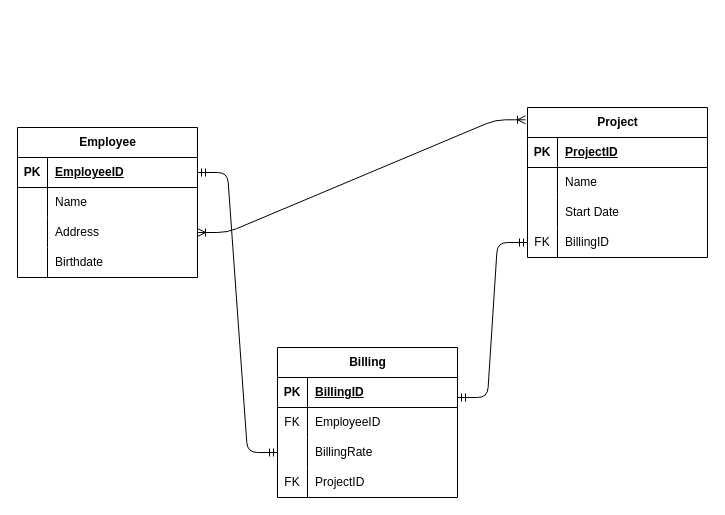
The draw.io diagram Object Oriented Programming/EntityRelationDiagram.drawio in benir-o/Computer-Science-Library, before the edit. Source tidied: cells renumbered, new cells numbered last; positions are measured from the earlier drawing's top-left corner, leaving out a move shared by most shapes. Both pictures are drawn from the tidied source at 100%, with x=0, y=0 at pixel (17, 107).
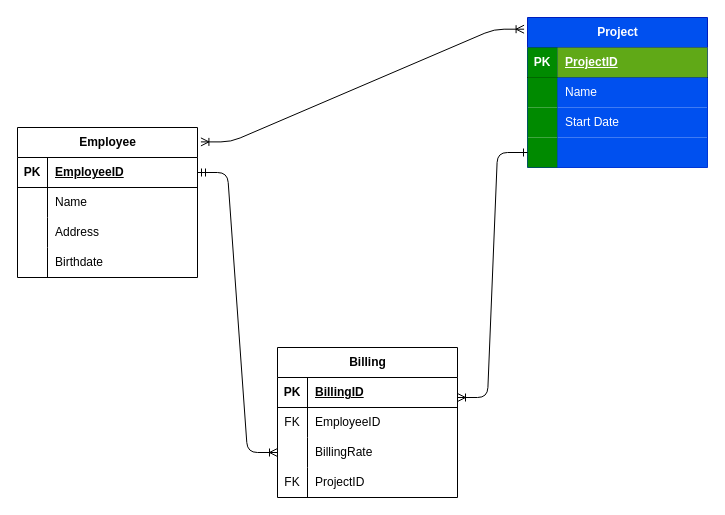
Above is the later version.

Unchanged cells that the change refers to:
```xml
<mxCell id="2" value="Employee" style="shape=table;startSize=30;childLayout=tableLayout;rowLines=0;fontStyle=1;align=center;html=1;" parent="1" vertex="1">
  <mxGeometry y="20" width="180" height="150" as="geometry" />
</mxCell>
<mxCell id="3" style="shape=tableRow;horizontal=0;startSize=0;swimlaneHead=0;swimlaneBody=0;fillColor=none;points=[[0,0.5],[1,0.5]];portConstraint=eastwest;top=0;left=0;right=0;bottom=1;" parent="2" vertex="1">
  <mxGeometry y="30" width="180" height="30" as="geometry" />
</mxCell>
<mxCell id="9" style="shape=tableRow;horizontal=0;startSize=0;swimlaneHead=0;swimlaneBody=0;fillColor=none;points=[[0,0.5],[1,0.5]];portConstraint=eastwest;top=0;left=0;right=0;bottom=0;" parent="2" vertex="1">
  <mxGeometry y="90" width="180" height="30" as="geometry" />
</mxCell>
<mxCell id="16" style="shape=tableRow;horizontal=0;startSize=0;swimlaneHead=0;swimlaneBody=0;fillColor=none;top=0;left=0;right=0;bottom=1;" parent="15" vertex="1">
  <mxGeometry y="30" width="180" height="30" as="geometry" />
</mxCell>
<mxCell id="19" style="shape=tableRow;horizontal=0;startSize=0;swimlaneHead=0;swimlaneBody=0;fillColor=none;top=0;left=0;right=0;bottom=0;" parent="15" vertex="1">
  <mxGeometry y="60" width="180" height="30" as="geometry" />
</mxCell>
<mxCell id="22" style="shape=tableRow;horizontal=0;startSize=0;swimlaneHead=0;swimlaneBody=0;fillColor=none;top=0;left=0;right=0;bottom=0;" parent="15" vertex="1">
  <mxGeometry y="90" width="180" height="30" as="geometry" />
</mxCell>
<mxCell id="25" style="shape=tableRow;horizontal=0;startSize=0;swimlaneHead=0;swimlaneBody=0;fillColor=none;points=[[0,0.5],[1,0.5]];portConstraint=eastwest;top=0;left=0;right=0;bottom=0;" parent="15" vertex="1">
  <mxGeometry y="120" width="180" height="30" as="geometry" />
</mxCell>
<mxCell id="36" style="shape=tableRow;horizontal=0;startSize=0;swimlaneHead=0;swimlaneBody=0;fillColor=none;points=[[0,0.5],[1,0.5]];portConstraint=eastwest;top=0;left=0;right=0;bottom=0;" parent="29" vertex="1">
  <mxGeometry y="90" width="180" height="30" as="geometry" />
</mxCell>
```

The edit, as a diff of the source:
```diff
@@
-    <mxCell id="15" value="Project" style="shape=table;startSize=30;childLayout=tableLayout;rowLines=0;fontStyle=1;align=center;html=1;" parent="1" vertex="1">
-      <mxGeometry x="510" width="180" height="150" as="geometry" />
+    <mxCell id="15" value="Project" style="shape=table;startSize=30;childLayout=tableLayout;rowLines=0;fontStyle=1;align=center;html=1;fillColor=#0050ef;fontColor=#ffffff;strokeColor=#001DBC;" parent="1" vertex="1">
+      <mxGeometry x="510" y="-90" width="180" height="150" as="geometry" />
     </mxCell>
@@
-    <mxCell id="17" value="PK" style="shape=partialRectangle;fillColor=none;top=0;left=0;bottom=0;right=0;fontStyle=1;overflow=hidden;whiteSpace=wrap;html=1;" parent="16" vertex="1">
+    <mxCell id="17" value="PK" style="shape=partialRectangle;fillColor=#008a00;top=0;left=0;bottom=0;right=0;fontStyle=1;overflow=hidden;whiteSpace=wrap;html=1;fontColor=#ffffff;strokeColor=#005700;" parent="16" vertex="1">
       <mxGeometry width="30" height="30" as="geometry" />
     </mxCell>
-    <mxCell id="18" value="ProjectID" style="shape=partialRectangle;fillColor=none;top=0;left=0;bottom=0;right=0;align=left;spacingLeft=6;fontStyle=5;overflow=hidden;whiteSpace=wrap;html=1;" parent="16" vertex="1">
+    <mxCell id="18" value="ProjectID" style="shape=partialRectangle;fillColor=#60a917;top=0;left=0;bottom=0;right=0;align=left;spacingLeft=6;fontStyle=5;overflow=hidden;whiteSpace=wrap;html=1;fontColor=#ffffff;strokeColor=#2D7600;" parent="16" vertex="1">
       <mxGeometry x="30" width="150" height="30" as="geometry" />
     </mxCell>
@@
-    <mxCell id="20" style="shape=partialRectangle;fillColor=none;top=0;left=0;bottom=0;right=0;overflow=hidden;whiteSpace=wrap;html=1;" parent="19" vertex="1">
+    <mxCell id="20" style="shape=partialRectangle;fillColor=#008a00;top=0;left=0;bottom=0;right=0;overflow=hidden;whiteSpace=wrap;html=1;fontColor=#ffffff;strokeColor=#005700;" parent="19" vertex="1">
       <mxGeometry width="30" height="30" as="geometry" />
     </mxCell>
-    <mxCell id="21" value="Name" style="shape=partialRectangle;fillColor=none;top=0;left=0;bottom=0;right=0;align=left;spacingLeft=6;overflow=hidden;whiteSpace=wrap;html=1;" parent="19" vertex="1">
+    <mxCell id="21" value="Name" style="shape=partialRectangle;fillColor=#0050ef;top=0;left=0;bottom=0;right=0;align=left;spacingLeft=6;overflow=hidden;whiteSpace=wrap;html=1;fontColor=#ffffff;strokeColor=#001DBC;" parent="19" vertex="1">
       <mxGeometry x="30" width="150" height="30" as="geometry" />
     </mxCell>
@@
-    <mxCell id="23" style="shape=partialRectangle;fillColor=none;top=0;left=0;bottom=0;right=0;overflow=hidden;whiteSpace=wrap;html=1;" parent="22" vertex="1">
+    <mxCell id="23" style="shape=partialRectangle;fillColor=#008a00;top=0;left=0;bottom=0;right=0;overflow=hidden;whiteSpace=wrap;html=1;fontColor=#ffffff;strokeColor=#005700;" parent="22" vertex="1">
       <mxGeometry width="30" height="30" as="geometry" />
     </mxCell>
-    <mxCell id="24" value="Start Date" style="shape=partialRectangle;fillColor=none;top=0;left=0;bottom=0;right=0;align=left;spacingLeft=6;overflow=hidden;whiteSpace=wrap;html=1;" parent="22" vertex="1">
+    <mxCell id="24" value="Start Date" style="shape=partialRectangle;fillColor=#0050ef;top=0;left=0;bottom=0;right=0;align=left;spacingLeft=6;overflow=hidden;whiteSpace=wrap;html=1;fontColor=#ffffff;strokeColor=#001DBC;" parent="22" vertex="1">
       <mxGeometry x="30" width="150" height="30" as="geometry" />
     </mxCell>
@@
-    <mxCell id="26" value="FK" style="shape=partialRectangle;fillColor=none;top=0;left=0;bottom=0;right=0;overflow=hidden;whiteSpace=wrap;html=1;" parent="25" vertex="1">
+    <mxCell id="26" style="shape=partialRectangle;fillColor=#008a00;top=0;left=0;bottom=0;right=0;overflow=hidden;whiteSpace=wrap;html=1;fontColor=#ffffff;strokeColor=#005700;" parent="25" vertex="1">
       <mxGeometry width="30" height="30" as="geometry" />
     </mxCell>
-    <mxCell id="27" value="BillingID" style="shape=partialRectangle;fillColor=none;top=0;left=0;bottom=0;right=0;align=left;spacingLeft=6;overflow=hidden;whiteSpace=wrap;html=1;" parent="25" vertex="1">
+    <mxCell id="27" style="shape=partialRectangle;fillColor=#0050ef;top=0;left=0;bottom=0;right=0;align=left;spacingLeft=6;overflow=hidden;whiteSpace=wrap;html=1;fontColor=#ffffff;strokeColor=#001DBC;" parent="25" vertex="1">
       <mxGeometry x="30" width="150" height="30" as="geometry" />
     </mxCell>
-    <mxCell id="28" style="edgeStyle=entityRelationEdgeStyle;fontSize=12;html=1;endArrow=ERoneToMany;startArrow=ERoneToMany;exitX=1;exitY=0.5;exitDx=0;exitDy=0;entryX=-0.011;entryY=0.082;entryDx=0;entryDy=0;entryPerimeter=0;" parent="1" edge="1" source="9" target="15">
-      <mxGeometry relative="1" as="geometry" />
+    <mxCell id="28" style="edgeStyle=entityRelationEdgeStyle;fontSize=12;html=1;endArrow=ERoneToMany;startArrow=ERoneToMany;entryX=-0.019;entryY=0.078;entryDx=0;entryDy=0;entryPerimeter=0;exitX=1.019;exitY=0.096;exitDx=0;exitDy=0;exitPerimeter=0;" parent="1" edge="1" source="2" target="15">
+      <mxGeometry relative="1" as="geometry">
+        <Array as="points">
+          <mxPoint x="186.6" y="31.6" />
+        </Array>
+      </mxGeometry>
     </mxCell>
@@
-    <mxCell id="42" style="edgeStyle=entityRelationEdgeStyle;fontSize=12;html=1;endArrow=ERmandOne;startArrow=ERmandOne;entryX=1;entryY=0.5;entryDx=0;entryDy=0;exitX=0;exitY=0.5;exitDx=0;exitDy=0;" parent="1" edge="1" source="36" target="3">
+    <mxCell id="42" style="edgeStyle=entityRelationEdgeStyle;fontSize=12;html=1;endArrow=ERmandOne;startArrow=ERoneToMany;entryX=1;entryY=0.5;entryDx=0;entryDy=0;exitX=0;exitY=0.5;exitDx=0;exitDy=0;endFill=0;startFill=0;" parent="1" edge="1" source="36" target="3">
       <mxGeometry relative="1" as="geometry">
         <Array as="points">
           <mxPoint x="200" y="405" />
         </Array>
       </mxGeometry>
     </mxCell>
-    <mxCell id="43" style="edgeStyle=entityRelationEdgeStyle;fontSize=12;html=1;endArrow=ERmandOne;startArrow=ERmandOne;entryX=0;entryY=0.5;entryDx=0;entryDy=0;" parent="1" edge="1" target="25">
+    <mxCell id="43" style="edgeStyle=entityRelationEdgeStyle;fontSize=12;html=1;endArrow=ERone;startArrow=ERoneToMany;entryX=0;entryY=0.5;entryDx=0;entryDy=0;startFill=0;endFill=0;" parent="1" edge="1" target="25">
       <mxGeometry relative="1" as="geometry">
         <mxPoint x="440" y="290" as="sourcePoint" />
       </mxGeometry>
     </mxCell>
```
